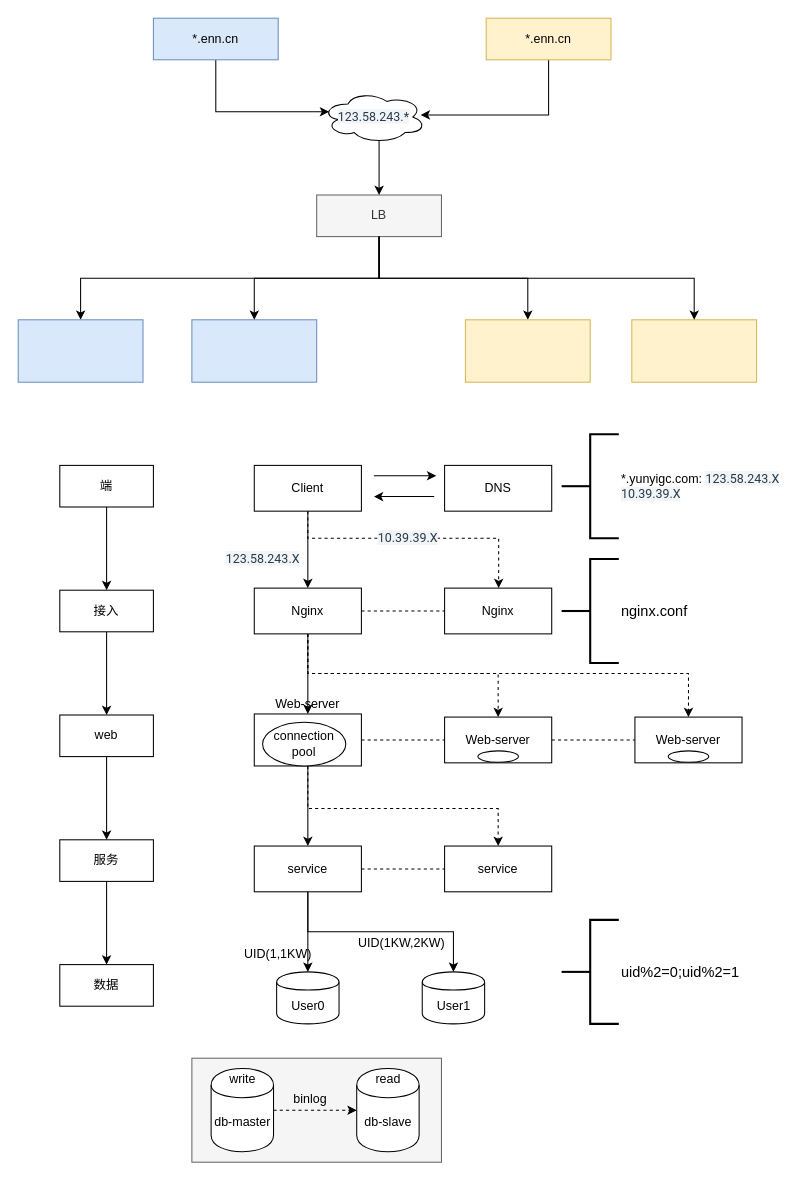
Above: page "高可用设计思路" (24 of 24) of MQ服务.drawio in chinadragonsjz/project (draw.io), before the change. Source tidied: cells renumbered, new cells numbered last; positions are measured from the earlier drawing's top-left corner, leaving out a move shared by most shapes. Both pictures are drawn from the tidied source at 104%, with x=0, y=0 at pixel (18, 18).
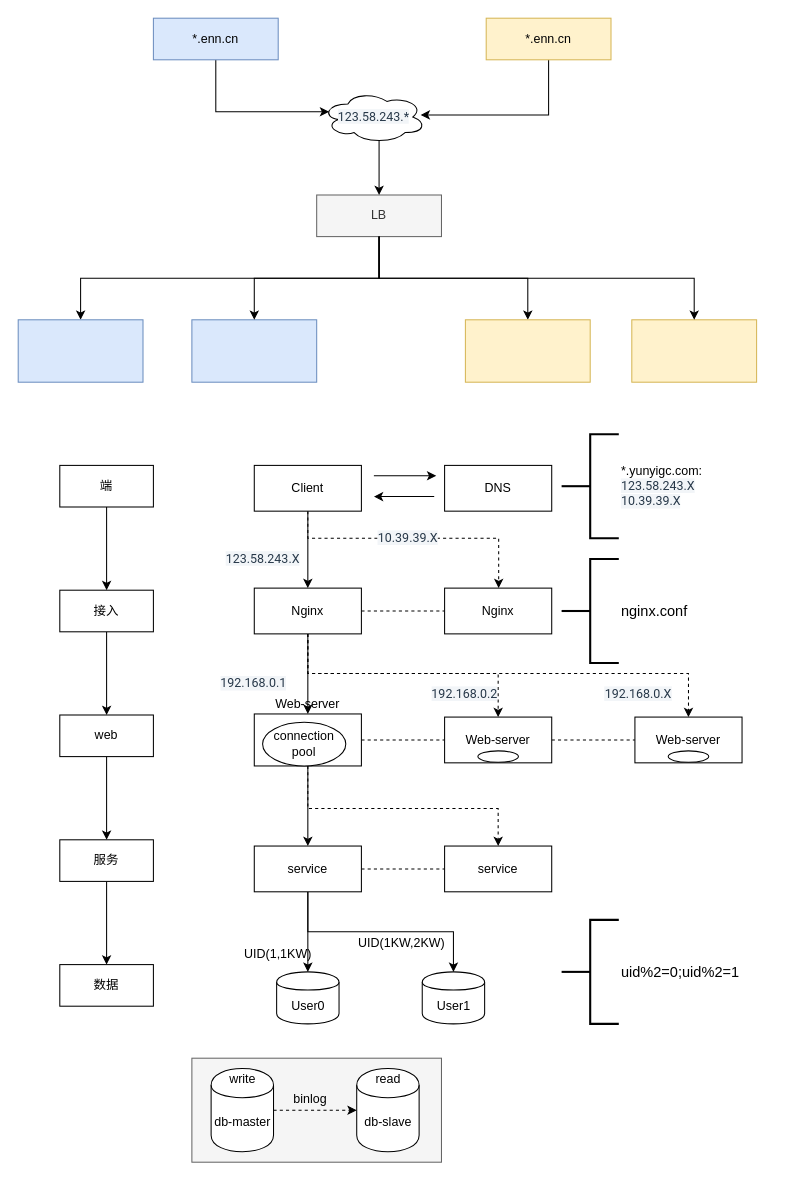
After the change.

Diff of the diagram source:
```diff
@@
-    <mxCell id="48" value="*.yunyigc.com:&amp;nbsp;&lt;span style=&quot;color: rgb(39 , 56 , 73) ; font-family: &amp;#34;roboto&amp;#34; , &amp;#34;pingfang sc&amp;#34; , &amp;#34;noto sans cjk&amp;#34; , &amp;#34;wenquanyi micro hei&amp;#34; , &amp;#34;microsoft yahei&amp;#34; ; white-space: normal ; background-color: rgb(242 , 245 , 248)&quot;&gt;123.58.243.X&lt;br&gt;&lt;/span&gt;&lt;span style=&quot;color: rgb(39 , 56 , 73) ; font-family: &amp;#34;roboto&amp;#34; , &amp;#34;pingfang sc&amp;#34; , &amp;#34;noto sans cjk&amp;#34; , &amp;#34;wenquanyi micro hei&amp;#34; , &amp;#34;microsoft yahei&amp;#34; ; white-space: normal ; background-color: rgb(242 , 245 , 248)&quot;&gt;10.39.39.X&lt;/span&gt;&lt;span style=&quot;color: rgb(39 , 56 , 73) ; font-family: &amp;#34;roboto&amp;#34; , &amp;#34;pingfang sc&amp;#34; , &amp;#34;noto sans cjk&amp;#34; , &amp;#34;wenquanyi micro hei&amp;#34; , &amp;#34;microsoft yahei&amp;#34; ; white-space: normal ; background-color: rgb(242 , 245 , 248)&quot;&gt;&lt;br&gt;&lt;/span&gt;" style="strokeWidth=2;html=1;shape=mxgraph.flowchart.annotation_2;align=left;labelPosition=right;" parent="1" vertex="1">
+    <mxCell id="48" value="*.yunyigc.com:&amp;nbsp;&lt;br&gt;&lt;span style=&quot;color: rgb(39 , 56 , 73) ; font-family: &amp;#34;roboto&amp;#34; , &amp;#34;pingfang sc&amp;#34; , &amp;#34;noto sans cjk&amp;#34; , &amp;#34;wenquanyi micro hei&amp;#34; , &amp;#34;microsoft yahei&amp;#34; ; white-space: normal ; background-color: rgb(242 , 245 , 248)&quot;&gt;123.58.243.X&lt;br&gt;&lt;/span&gt;&lt;span style=&quot;color: rgb(39 , 56 , 73) ; font-family: &amp;#34;roboto&amp;#34; , &amp;#34;pingfang sc&amp;#34; , &amp;#34;noto sans cjk&amp;#34; , &amp;#34;wenquanyi micro hei&amp;#34; , &amp;#34;microsoft yahei&amp;#34; ; white-space: normal ; background-color: rgb(242 , 245 , 248)&quot;&gt;10.39.39.X&lt;/span&gt;&lt;span style=&quot;color: rgb(39 , 56 , 73) ; font-family: &amp;#34;roboto&amp;#34; , &amp;#34;pingfang sc&amp;#34; , &amp;#34;noto sans cjk&amp;#34; , &amp;#34;wenquanyi micro hei&amp;#34; , &amp;#34;microsoft yahei&amp;#34; ; white-space: normal ; background-color: rgb(242 , 245 , 248)&quot;&gt;&lt;br&gt;&lt;/span&gt;" style="strokeWidth=2;html=1;shape=mxgraph.flowchart.annotation_2;align=left;labelPosition=right;" parent="1" vertex="1">
       <mxGeometry x="522.5" y="400" width="55" height="100" as="geometry" />
     </mxCell>
@@
+    <mxCell id="69" value="&lt;span style=&quot;color: rgb(39 , 56 , 73) ; font-family: &amp;#34;roboto&amp;#34; , &amp;#34;pingfang sc&amp;#34; , &amp;#34;noto sans cjk&amp;#34; , &amp;#34;wenquanyi micro hei&amp;#34; , &amp;#34;microsoft yahei&amp;#34; ; text-align: left ; background-color: rgb(242 , 245 , 248)&quot;&gt;192.168.0.1&lt;/span&gt;" style="text;html=1;strokeColor=none;fillColor=none;align=center;verticalAlign=middle;whiteSpace=wrap;rounded=0;" parent="1" vertex="1">
+      <mxGeometry x="183" y="630" width="87" height="20" as="geometry" />
+    </mxCell>
+    <mxCell id="70" value="&lt;span style=&quot;color: rgb(39 , 56 , 73) ; font-family: &amp;#34;roboto&amp;#34; , &amp;#34;pingfang sc&amp;#34; , &amp;#34;noto sans cjk&amp;#34; , &amp;#34;wenquanyi micro hei&amp;#34; , &amp;#34;microsoft yahei&amp;#34; ; text-align: left ; background-color: rgb(242 , 245 , 248)&quot;&gt;192.168.0.2&lt;/span&gt;" style="text;html=1;strokeColor=none;fillColor=none;align=center;verticalAlign=middle;whiteSpace=wrap;rounded=0;" parent="1" vertex="1">
+      <mxGeometry x="385.5" y="640" width="87" height="20" as="geometry" />
+    </mxCell>
+    <mxCell id="71" value="&lt;span style=&quot;color: rgb(39 , 56 , 73) ; font-family: &amp;#34;roboto&amp;#34; , &amp;#34;pingfang sc&amp;#34; , &amp;#34;noto sans cjk&amp;#34; , &amp;#34;wenquanyi micro hei&amp;#34; , &amp;#34;microsoft yahei&amp;#34; ; text-align: left ; background-color: rgb(242 , 245 , 248)&quot;&gt;192.168.0.X&lt;/span&gt;" style="text;html=1;strokeColor=none;fillColor=none;align=center;verticalAlign=middle;whiteSpace=wrap;rounded=0;" parent="1" vertex="1">
+      <mxGeometry x="552.5" y="640" width="87" height="20" as="geometry" />
+    </mxCell>
```
